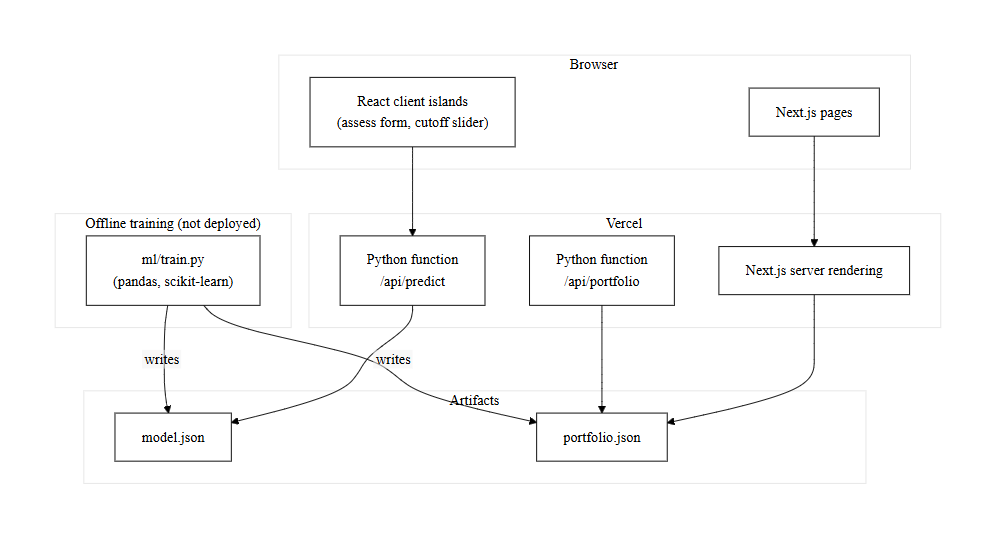
Above: report/assets/figures/fig-3-1-architecture.png in gursimrannkaurr/credoscore (Mermaid), before the change. Its source is kept beside it as report/diagrams/fig-3-1-architecture.mmd. The source it was exported from:
```mermaid
flowchart TB
    subgraph T1["Browser"]
        PAGES["Next.js pages"]
        ISLANDS["React client islands<br/>(assess form, cutoff slider)"]
    end

    subgraph T2["Vercel"]
        SSR["Next.js server rendering"]
        PREDICT["Python function<br/>/api/predict"]
        PORT["Python function<br/>/api/portfolio"]
    end

    subgraph T3["Artifacts"]
        MODELJSON["model.json"]
        PORTJSON["portfolio.json"]
    end

    subgraph OFFLINE["Offline training (not deployed)"]
        TRAIN["ml/train.py<br/>(pandas, scikit-learn)"]
    end

    PAGES --> SSR
    ISLANDS --> PREDICT
    SSR --> PORTJSON
    PREDICT --> MODELJSON
    PORT --> PORTJSON
    TRAIN -- writes --> MODELJSON
    TRAIN -- writes --> PORTJSON
```
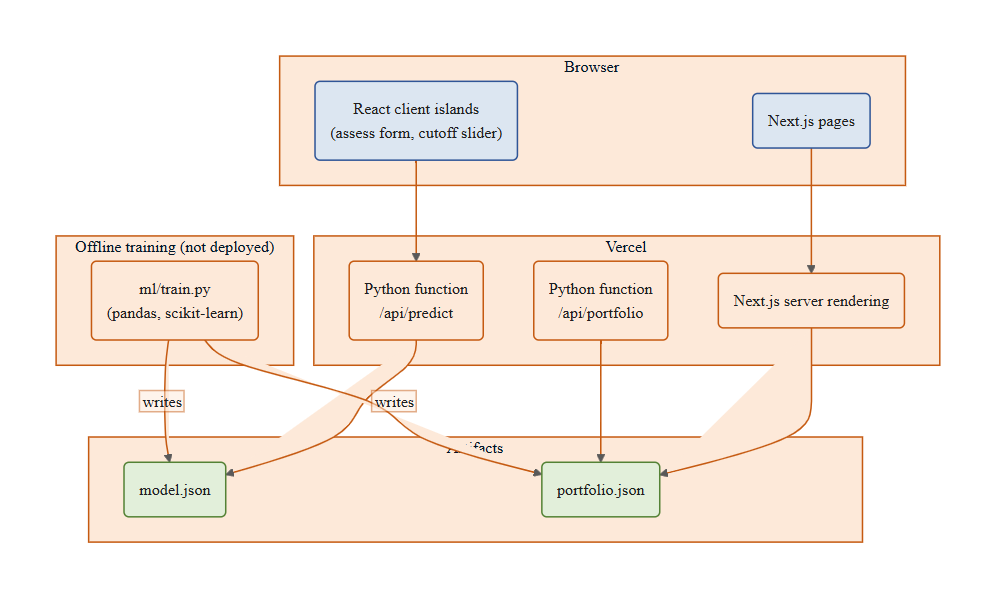
After the change.

Change to the diagram source:
```diff
@@ -1,22 +1,22 @@
 flowchart TB
     subgraph T1["Browser"]
-        PAGES["Next.js pages"]
-        ISLANDS["React client islands<br/>(assess form, cutoff slider)"]
+        PAGES("Next.js pages")
+        ISLANDS("React client islands<br/>(assess form, cutoff slider)")
     end
 
     subgraph T2["Vercel"]
-        SSR["Next.js server rendering"]
-        PREDICT["Python function<br/>/api/predict"]
-        PORT["Python function<br/>/api/portfolio"]
+        SSR("Next.js server rendering")
+        PREDICT("Python function<br/>/api/predict")
+        PORT("Python function<br/>/api/portfolio")
     end
 
     subgraph T3["Artifacts"]
-        MODELJSON["model.json"]
-        PORTJSON["portfolio.json"]
+        MODELJSON("model.json")
+        PORTJSON("portfolio.json")
     end
 
     subgraph OFFLINE["Offline training (not deployed)"]
-        TRAIN["ml/train.py<br/>(pandas, scikit-learn)"]
+        TRAIN("ml/train.py<br/>(pandas, scikit-learn)")
     end
 
     PAGES --> SSR
@@ -26,3 +26,11 @@
     PORT --> PORTJSON
     TRAIN -- writes --> MODELJSON
     TRAIN -- writes --> PORTJSON
+
+    classDef root fill:#FDE9D9,stroke:#C55A11,stroke-width:1.5px;
+    classDef mid fill:#DCE6F1,stroke:#2F5597,stroke-width:1.5px;
+    classDef leaf fill:#E2EFDA,stroke:#548235,stroke-width:1.5px;
+
+    class PAGES,ISLANDS mid
+    class SSR,PREDICT,PORT,TRAIN root
+    class MODELJSON,PORTJSON leaf
```
